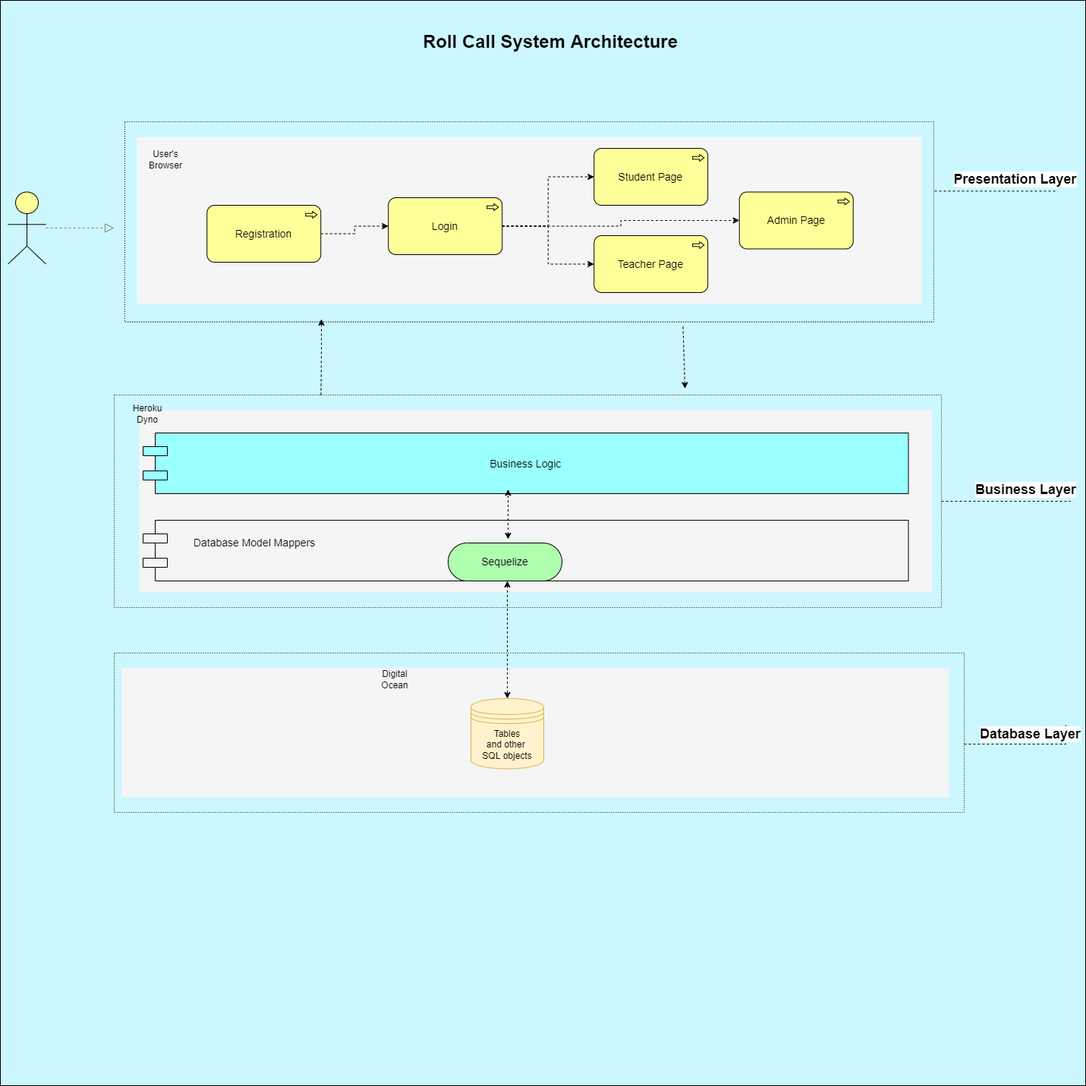
Before: docs/Copy of layered-architecture.drawio.png, a diagram exported from draw.io (stefanosAgelastos/multi-db-web-server). Source tidied: cells renumbered, new cells last; positions are measured from the earlier drawing's top-left corner, leaving out a move shared by most shapes.
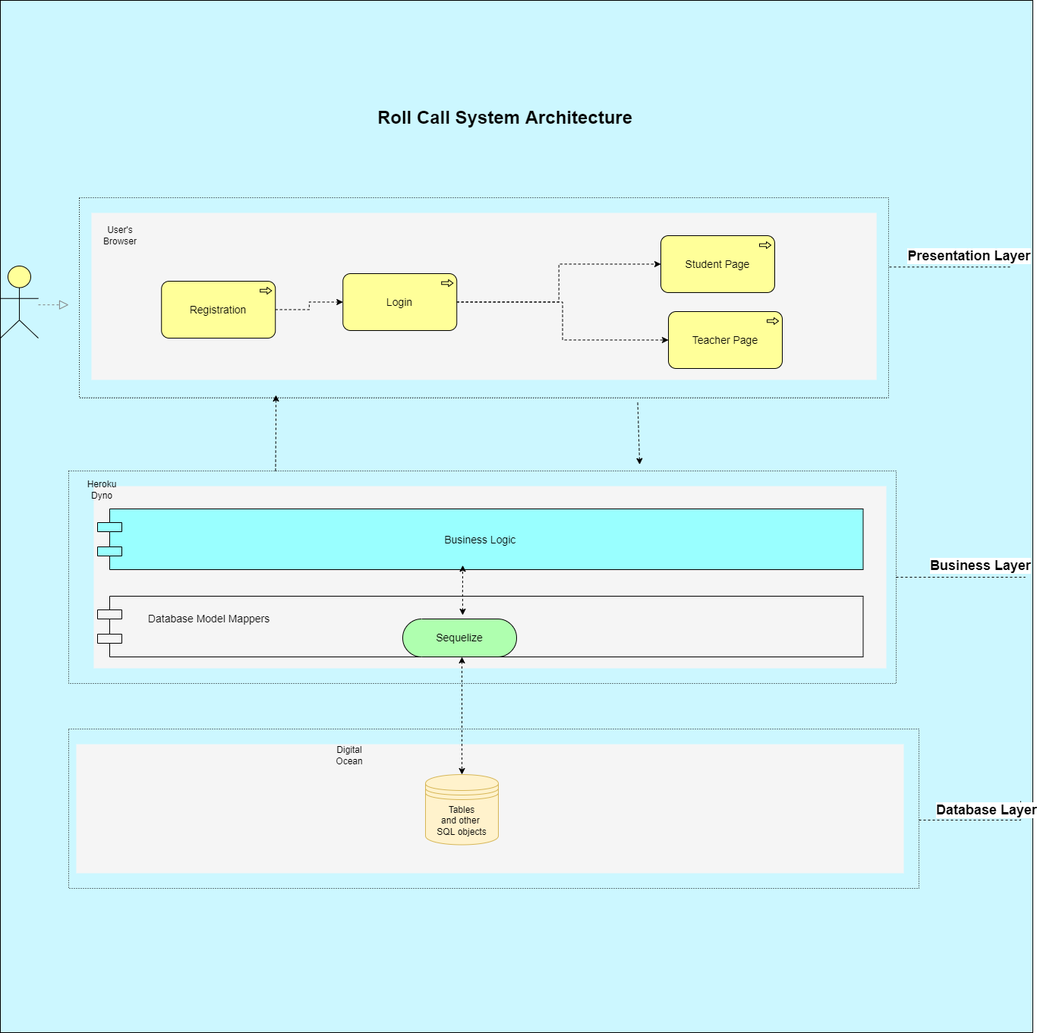
The same file after the commit.

Change to the diagram source:
```diff
@@ -3,7 +3,7 @@
     <mxCell id="0" />
     <mxCell id="1" parent="0" />
     <mxCell id="2" style="whiteSpace=wrap;html=1;strokeColor=#000000;fillColor=#CCF7FF;" parent="1" vertex="1">
-      <mxGeometry width="1430" height="1430" as="geometry" />
+      <mxGeometry x="60" y="-100" width="1360" height="1360" as="geometry" />
     </mxCell>
     <mxCell id="3" style="whiteSpace=wrap;html=1;strokeColor=none;strokeWidth=1;fillColor=#f5f5f5;fontSize=14;" parent="1" vertex="1">
       <mxGeometry x="160" y="880" width="1090" height="170" as="geometry" />
@@ -29,7 +29,7 @@
       </mxGeometry>
     </mxCell>
     <mxCell id="9" value="Student Page" style="html=1;whiteSpace=wrap;fillColor=#ffff99;shape=mxgraph.archimate3.application;appType=proc;archiType=rounded;fontSize=14;" parent="1" vertex="1">
-      <mxGeometry x="782.2" y="195" width="150" height="75" as="geometry" />
+      <mxGeometry x="930" y="210" width="150" height="75" as="geometry" />
     </mxCell>
     <mxCell id="10" style="edgeStyle=elbowEdgeStyle;rounded=1;elbow=vertical;html=1;dashed=1;startSize=10;endArrow=block;endFill=0;endSize=10;jettySize=auto;strokeColor=#808080;fontSize=14;" parent="1" edge="1" source="11">
       <mxGeometry relative="1" as="geometry">
@@ -37,7 +37,7 @@
       </mxGeometry>
     </mxCell>
     <mxCell id="11" style="html=1;whiteSpace=wrap;fillColor=#ffff99;shape=mxgraph.archimate3.actor;fontSize=14;" parent="1" vertex="1">
-      <mxGeometry x="10" y="252.5" width="50" height="95" as="geometry" />
+      <mxGeometry x="60" y="250" width="50" height="95" as="geometry" />
     </mxCell>
     <mxCell id="12" style="edgeStyle=orthogonalEdgeStyle;rounded=0;jettySize=auto;html=1;entryX=0;entryY=0.5;entryDx=0;entryDy=0;entryPerimeter=0;dashed=1;fontSize=16;startArrow=none;startFill=0;endArrow=classic;endFill=1;" parent="1" edge="1" source="13" target="17">
       <mxGeometry relative="1" as="geometry" />
@@ -51,14 +51,11 @@
     <mxCell id="15" style="edgeStyle=orthogonalEdgeStyle;rounded=0;jettySize=auto;html=1;entryX=0;entryY=0.5;entryDx=0;entryDy=0;entryPerimeter=0;dashed=1;fontSize=16;startArrow=none;startFill=0;endArrow=classic;endFill=1;" parent="1" edge="1" source="17" target="18">
       <mxGeometry relative="1" as="geometry" />
     </mxCell>
-    <mxCell id="16" style="edgeStyle=orthogonalEdgeStyle;rounded=0;jettySize=auto;html=1;dashed=1;fontSize=16;startArrow=none;startFill=0;endArrow=classic;endFill=1;" parent="1" edge="1" source="17" target="26">
-      <mxGeometry relative="1" as="geometry" />
-    </mxCell>
     <mxCell id="17" value="Login" style="html=1;whiteSpace=wrap;fillColor=#ffff99;shape=mxgraph.archimate3.application;appType=proc;archiType=rounded;fontSize=14;" parent="1" vertex="1">
       <mxGeometry x="511.2" y="260" width="150" height="75" as="geometry" />
     </mxCell>
     <mxCell id="18" value="Teacher Page" style="html=1;whiteSpace=wrap;fillColor=#ffff99;shape=mxgraph.archimate3.application;appType=proc;archiType=rounded;fontSize=14;" parent="1" vertex="1">
-      <mxGeometry x="782.2" y="310" width="150" height="75" as="geometry" />
+      <mxGeometry x="940" y="310" width="150" height="75" as="geometry" />
     </mxCell>
     <mxCell id="19" value="Tables&lt;br&gt;and other&amp;nbsp;&lt;br&gt;SQL objects" style="shape=datastore;whiteSpace=wrap;html=1;fillColor=#fff2cc;strokeColor=#d6b656;" parent="1" vertex="1">
       <mxGeometry x="620" y="920" width="96" height="92.5" as="geometry" />
@@ -94,9 +91,6 @@
     <mxCell id="25" value="Heroku&lt;br&gt;Dyno" style="text;html=1;strokeColor=none;fillColor=none;align=center;verticalAlign=middle;whiteSpace=wrap;rounded=0;" parent="1" vertex="1">
       <mxGeometry x="164" y="530" width="60" height="30" as="geometry" />
     </mxCell>
-    <mxCell id="26" value="Admin Page" style="html=1;whiteSpace=wrap;fillColor=#ffff99;shape=mxgraph.archimate3.application;appType=proc;archiType=rounded;fontSize=14;" parent="1" vertex="1">
-      <mxGeometry x="973.8" y="252.5" width="150" height="75" as="geometry" />
-    </mxCell>
     <mxCell id="27" value="User's&lt;br&gt;Browser" style="text;html=1;strokeColor=none;fillColor=none;align=center;verticalAlign=middle;whiteSpace=wrap;rounded=0;" parent="1" vertex="1">
       <mxGeometry x="188" y="195" width="60" height="30" as="geometry" />
     </mxCell>
```
